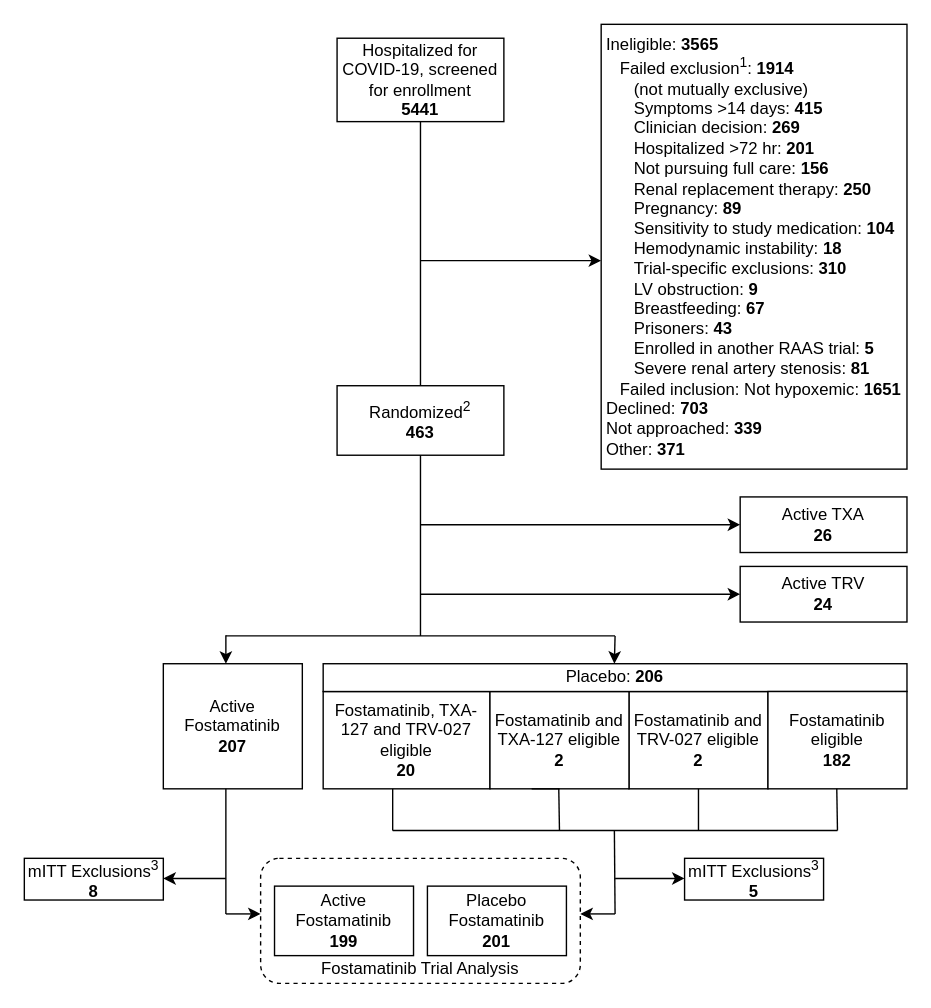
This is A4HT-CONSORT.drawio from jjdeclercq/VUMisC, a draw.io file, before an edit. Source tidied: cells renumbered, new cells numbered last; positions are measured from the earlier drawing's top-left corner, leaving out a move shared by most shapes. Both pictures are drawn from the tidied source at 139%, with x=0, y=0 at pixel (24, 24).
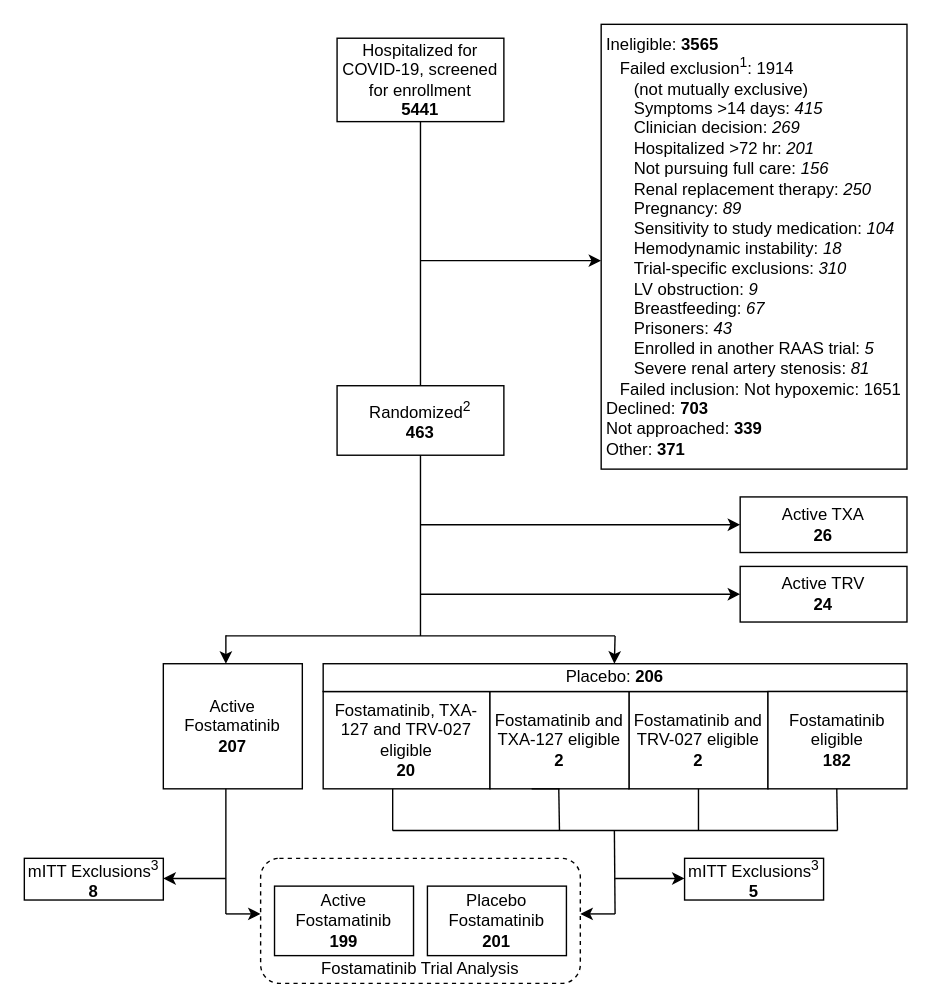
After the change.

What changed in the source:
```diff
@@
-    <mxCell id="5" value="&lt;div style=&quot;text-align: left;&quot;&gt;&lt;span style=&quot;background-color: initial;&quot;&gt;Ineligible: &lt;b&gt;3565&lt;/b&gt;&lt;/span&gt;&lt;/div&gt;&lt;div style=&quot;text-align: left;&quot;&gt;&lt;span style=&quot;background-color: initial;&quot;&gt;&lt;b&gt;&amp;nbsp; &amp;nbsp;&lt;/b&gt;Failed exclusion&lt;sup&gt;1&lt;/sup&gt;: &lt;b&gt;1914&lt;/b&gt;&lt;/span&gt;&lt;/div&gt;&lt;div style=&quot;text-align: left;&quot;&gt;&lt;span style=&quot;background-color: initial;&quot;&gt;&lt;b&gt;&amp;nbsp; &amp;nbsp; &amp;nbsp; &lt;/b&gt;(not mutually exclusive)&lt;/span&gt;&lt;/div&gt;&lt;div style=&quot;text-align: left;&quot;&gt;&lt;span style=&quot;background-color: initial;&quot;&gt;&amp;nbsp; &amp;nbsp; &amp;nbsp; Symptoms &amp;gt;14 days: &lt;b&gt;415&lt;/b&gt;&lt;/span&gt;&lt;br&gt;&lt;/div&gt;&lt;div style=&quot;text-align: left;&quot;&gt;&amp;nbsp; &amp;nbsp; &amp;nbsp; Clinician decision: &lt;b&gt;269&lt;/b&gt;&lt;/div&gt;&lt;div style=&quot;text-align: left;&quot;&gt;&amp;nbsp; &amp;nbsp; &amp;nbsp; Hospitalized &amp;gt;72 hr: &lt;b&gt;201&lt;/b&gt;&lt;/div&gt;&lt;div style=&quot;text-align: left;&quot;&gt;&amp;nbsp; &amp;nbsp; &amp;nbsp; Not pursuing full care: &lt;b&gt;156&lt;br&gt;&lt;/b&gt;&lt;/div&gt;&lt;div style=&quot;text-align: left;&quot;&gt;&amp;nbsp; &amp;nbsp; &amp;nbsp; Renal replacement therapy: &lt;b&gt;250&lt;/b&gt;&lt;/div&gt;&lt;div style=&quot;text-align: left;&quot;&gt;&lt;span style=&quot;background-color: initial;&quot;&gt;&amp;nbsp; &amp;nbsp; &amp;nbsp; Pregnancy: &lt;b&gt;89&lt;/b&gt;&lt;/span&gt;&lt;/div&gt;&lt;div style=&quot;text-align: left;&quot;&gt;&lt;b style=&quot;background-color: initial;&quot;&gt;&amp;nbsp; &amp;nbsp; &amp;nbsp; &lt;/b&gt;&lt;span style=&quot;background-color: initial;&quot;&gt;Sensitivity to study medication: &lt;b&gt;104&lt;/b&gt;&lt;/span&gt;&lt;/div&gt;&lt;div style=&quot;text-align: left;&quot;&gt;&lt;span style=&quot;background-color: initial;&quot;&gt;&amp;nbsp; &amp;nbsp; &amp;nbsp; Hemodynamic instability: &lt;b&gt;18&lt;/b&gt;&lt;/span&gt;&lt;/div&gt;&lt;div style=&quot;text-align: left;&quot;&gt;&lt;b style=&quot;border-color: var(--border-color);&quot;&gt;&amp;nbsp; &amp;nbsp; &amp;nbsp;&amp;nbsp;&lt;/b&gt;Trial-specific exclusions: &lt;b&gt;310&lt;/b&gt;&lt;span style=&quot;background-color: initial;&quot;&gt;&lt;b&gt;&lt;br&gt;&lt;/b&gt;&lt;/span&gt;&lt;/div&gt;&lt;div style=&quot;text-align: left;&quot;&gt;&lt;span style=&quot;background-color: initial;&quot;&gt;&lt;b&gt;&amp;nbsp; &amp;nbsp; &amp;nbsp; &lt;/b&gt;LV obstruction: &lt;b&gt;9&lt;/b&gt;&lt;/span&gt;&lt;/div&gt;&lt;div style=&quot;text-align: left;&quot;&gt;&lt;span style=&quot;background-color: initial;&quot;&gt;&lt;b&gt;&amp;nbsp; &amp;nbsp; &amp;nbsp; &lt;/b&gt;Breastfeeding: &lt;b&gt;67&lt;/b&gt;&lt;/span&gt;&lt;/div&gt;&lt;div style=&quot;text-align: left;&quot;&gt;&lt;span style=&quot;background-color: initial;&quot;&gt;&amp;nbsp; &amp;nbsp; &amp;nbsp; Prisoners: &lt;b&gt;43&lt;/b&gt;&lt;/span&gt;&lt;/div&gt;&lt;div style=&quot;text-align: left;&quot;&gt;&lt;span style=&quot;background-color: initial;&quot;&gt;&amp;nbsp; &amp;nbsp; &amp;nbsp; Enrolled in another RAAS trial: &lt;b&gt;5&lt;/b&gt;&lt;/span&gt;&lt;/div&gt;&lt;div style=&quot;text-align: left;&quot;&gt;&lt;span style=&quot;background-color: initial;&quot;&gt;&amp;nbsp; &amp;nbsp; &amp;nbsp; Severe renal artery stenosis: &lt;b&gt;81&lt;/b&gt;&lt;/span&gt;&lt;/div&gt;&lt;div style=&quot;text-align: left;&quot;&gt;&amp;nbsp; &amp;nbsp;Failed inclusion: Not hypoxemic: &lt;b&gt;1651&lt;br&gt;&lt;/b&gt;&lt;/div&gt;&lt;div style=&quot;text-align: left;&quot;&gt;&lt;span style=&quot;border-color: var(--border-color);&quot;&gt;Declined: &lt;b&gt;703&lt;/b&gt;&lt;br&gt;&lt;/span&gt;&lt;/div&gt;&lt;div style=&quot;text-align: left;&quot;&gt;&lt;span style=&quot;background-color: initial;&quot;&gt;Not approached: &lt;b&gt;339&lt;/b&gt;&lt;/span&gt;&lt;/div&gt;&lt;div style=&quot;text-align: left;&quot;&gt;&lt;span style=&quot;background-color: initial;&quot;&gt;Other: &lt;b&gt;371&lt;/b&gt;&lt;/span&gt;&lt;br&gt;&lt;/div&gt;" style="rounded=0;whiteSpace=wrap;html=1;" parent="1" vertex="1">
+    <mxCell id="5" value="&lt;div style=&quot;text-align: left;&quot;&gt;&lt;span style=&quot;background-color: initial;&quot;&gt;Ineligible: &lt;b&gt;3565&lt;/b&gt;&lt;/span&gt;&lt;/div&gt;&lt;div style=&quot;text-align: left;&quot;&gt;&lt;span style=&quot;background-color: initial;&quot;&gt;&lt;b&gt;&amp;nbsp; &amp;nbsp;&lt;/b&gt;Failed exclusion&lt;sup&gt;1&lt;/sup&gt;: 1914&lt;/span&gt;&lt;/div&gt;&lt;div style=&quot;text-align: left;&quot;&gt;&lt;span style=&quot;background-color: initial;&quot;&gt;&lt;b&gt;&amp;nbsp; &amp;nbsp; &amp;nbsp; &lt;/b&gt;(not mutually exclusive)&lt;/span&gt;&lt;/div&gt;&lt;div style=&quot;text-align: left;&quot;&gt;&lt;span style=&quot;background-color: initial;&quot;&gt;&amp;nbsp; &amp;nbsp; &amp;nbsp; Symptoms &amp;gt;14 days: &lt;i&gt;415&lt;/i&gt;&lt;/span&gt;&lt;br&gt;&lt;/div&gt;&lt;div style=&quot;text-align: left;&quot;&gt;&amp;nbsp; &amp;nbsp; &amp;nbsp; Clinician decision: &lt;i&gt;269&lt;/i&gt;&lt;/div&gt;&lt;div style=&quot;text-align: left;&quot;&gt;&amp;nbsp; &amp;nbsp; &amp;nbsp; Hospitalized &amp;gt;72 hr: &lt;i&gt;201&lt;/i&gt;&lt;/div&gt;&lt;div style=&quot;text-align: left;&quot;&gt;&amp;nbsp; &amp;nbsp; &amp;nbsp; Not pursuing full care: &lt;i&gt;156&lt;/i&gt;&lt;br&gt;&lt;/div&gt;&lt;div style=&quot;text-align: left;&quot;&gt;&amp;nbsp; &amp;nbsp; &amp;nbsp; Renal replacement therapy: &lt;i&gt;250&lt;/i&gt;&lt;/div&gt;&lt;div style=&quot;text-align: left;&quot;&gt;&lt;span style=&quot;background-color: initial;&quot;&gt;&amp;nbsp; &amp;nbsp; &amp;nbsp; Pregnancy: &lt;i&gt;89&lt;/i&gt;&lt;/span&gt;&lt;/div&gt;&lt;div style=&quot;text-align: left;&quot;&gt;&lt;b style=&quot;background-color: initial;&quot;&gt;&amp;nbsp; &amp;nbsp; &amp;nbsp; &lt;/b&gt;&lt;span style=&quot;background-color: initial;&quot;&gt;Sensitivity to study medication: &lt;i&gt;104&lt;/i&gt;&lt;/span&gt;&lt;/div&gt;&lt;div style=&quot;text-align: left;&quot;&gt;&lt;span style=&quot;background-color: initial;&quot;&gt;&amp;nbsp; &amp;nbsp; &amp;nbsp; Hemodynamic instability: &lt;i&gt;18&lt;/i&gt;&lt;/span&gt;&lt;/div&gt;&lt;div style=&quot;text-align: left;&quot;&gt;&lt;span style=&quot;border-color: var(--border-color);&quot;&gt;&amp;nbsp; &amp;nbsp; &amp;nbsp;&amp;nbsp;&lt;/span&gt;Trial-specific exclusions: &lt;i&gt;310&lt;/i&gt;&lt;span style=&quot;background-color: initial;&quot;&gt;&lt;b&gt;&lt;br&gt;&lt;/b&gt;&lt;/span&gt;&lt;/div&gt;&lt;div style=&quot;text-align: left;&quot;&gt;&lt;span style=&quot;background-color: initial;&quot;&gt;&lt;b&gt;&amp;nbsp; &amp;nbsp; &amp;nbsp; &lt;/b&gt;LV obstruction: &lt;i&gt;9&lt;/i&gt;&lt;/span&gt;&lt;/div&gt;&lt;div style=&quot;text-align: left;&quot;&gt;&lt;span style=&quot;background-color: initial;&quot;&gt;&lt;b&gt;&amp;nbsp; &amp;nbsp; &amp;nbsp; &lt;/b&gt;Breastfeeding: &lt;i&gt;67&lt;/i&gt;&lt;/span&gt;&lt;/div&gt;&lt;div style=&quot;text-align: left;&quot;&gt;&lt;span style=&quot;background-color: initial;&quot;&gt;&amp;nbsp; &amp;nbsp; &amp;nbsp; Prisoners: &lt;i&gt;43&lt;/i&gt;&lt;/span&gt;&lt;/div&gt;&lt;div style=&quot;text-align: left;&quot;&gt;&lt;span style=&quot;background-color: initial;&quot;&gt;&amp;nbsp; &amp;nbsp; &amp;nbsp; Enrolled in another RAAS trial: &lt;i&gt;5&lt;/i&gt;&lt;/span&gt;&lt;/div&gt;&lt;div style=&quot;text-align: left;&quot;&gt;&lt;span style=&quot;background-color: initial;&quot;&gt;&amp;nbsp; &amp;nbsp; &amp;nbsp; Severe renal artery stenosis: &lt;i&gt;81&lt;/i&gt;&lt;/span&gt;&lt;/div&gt;&lt;div style=&quot;text-align: left;&quot;&gt;&amp;nbsp; &amp;nbsp;Failed inclusion: Not hypoxemic: 1651&lt;br&gt;&lt;/div&gt;&lt;div style=&quot;text-align: left;&quot;&gt;&lt;span style=&quot;border-color: var(--border-color);&quot;&gt;Declined: &lt;b&gt;703&lt;/b&gt;&lt;br&gt;&lt;/span&gt;&lt;/div&gt;&lt;div style=&quot;text-align: left;&quot;&gt;&lt;span style=&quot;background-color: initial;&quot;&gt;Not approached: &lt;b&gt;339&lt;/b&gt;&lt;/span&gt;&lt;/div&gt;&lt;div style=&quot;text-align: left;&quot;&gt;&lt;span style=&quot;background-color: initial;&quot;&gt;Other: &lt;b&gt;371&lt;/b&gt;&lt;/span&gt;&lt;br&gt;&lt;/div&gt;" style="rounded=0;whiteSpace=wrap;html=1;" parent="1" vertex="1">
       <mxGeometry x="415" width="220" height="320" as="geometry" />
     </mxCell>
```
